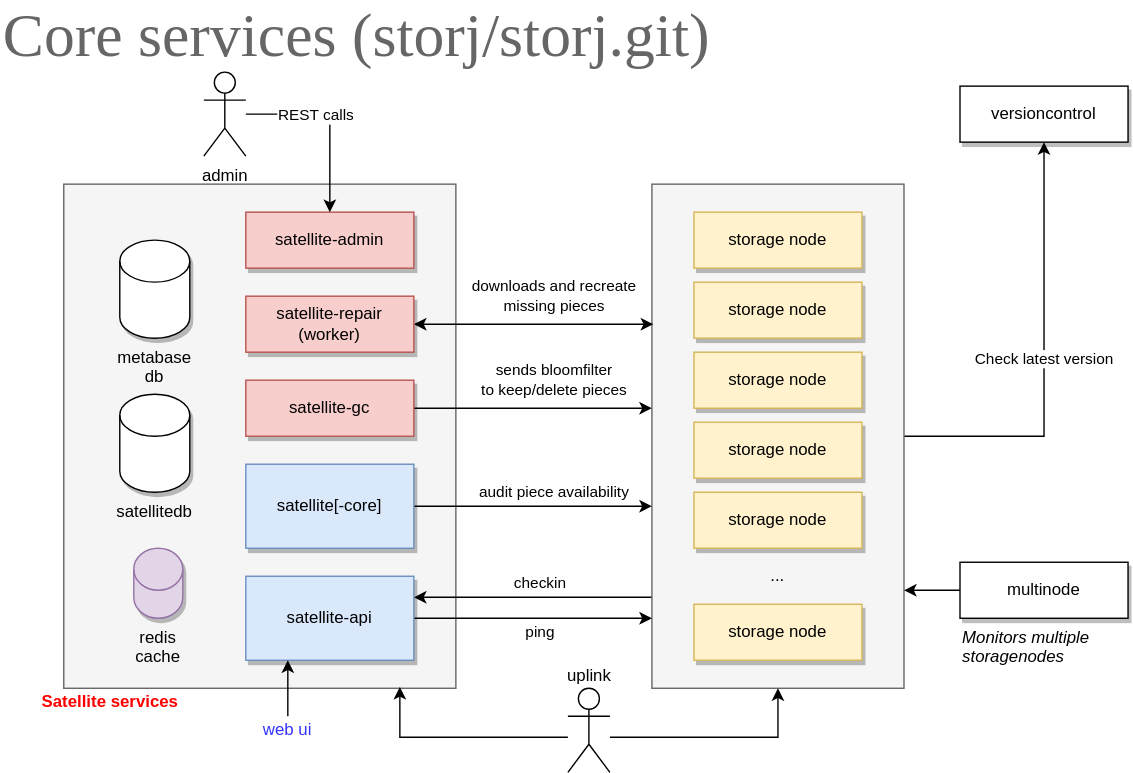
The draw.io diagram docs/core.svg in storj/illustrated, before a commit. Source tidied: cells renumbered, new cells last; positions are measured from the earlier drawing's top-left corner, leaving out a move shared by most shapes.
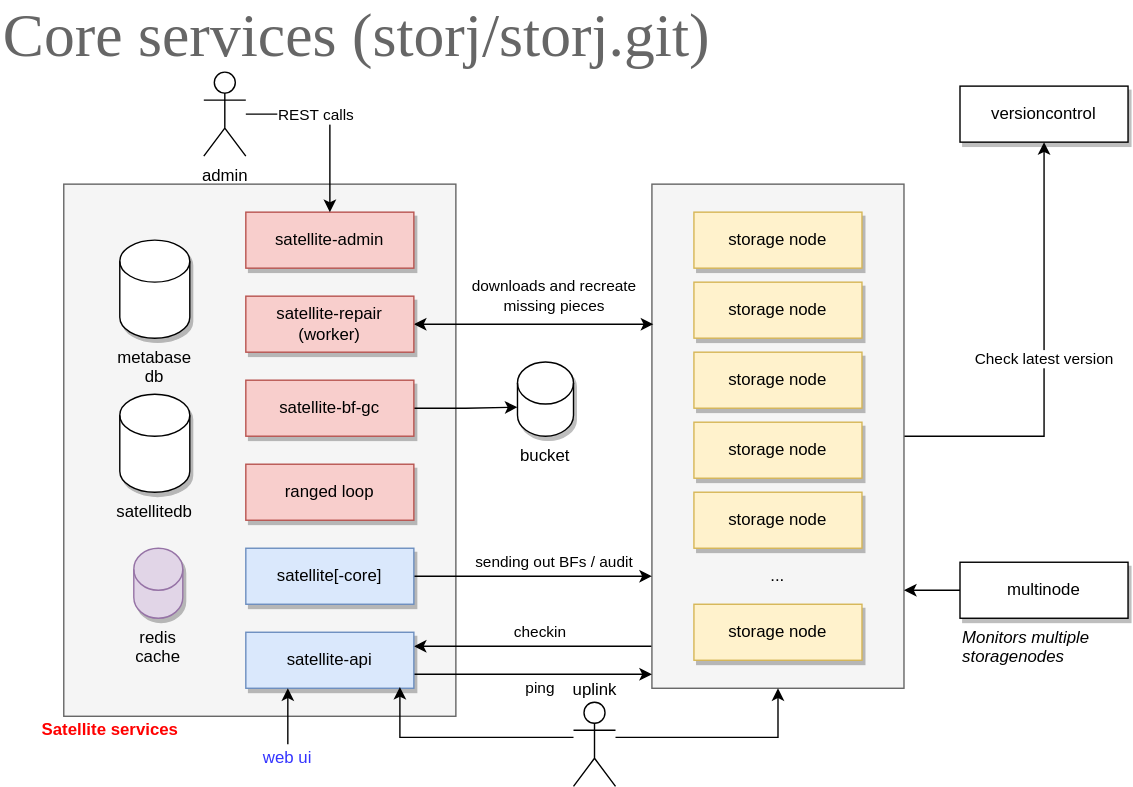
After the change.

Commit message:
updated core services

Change to the diagram source:
```diff
@@ -3,7 +3,7 @@
     <mxCell id="0" />
     <mxCell id="1" parent="0" />
     <mxCell id="2" style="rounded=0;whiteSpace=wrap;html=1;verticalAlign=bottom;fillColor=#f5f5f5;strokeColor=#666666;fontColor=#333333;" parent="1" vertex="1">
-      <mxGeometry x="45" y="130" width="280" height="360" as="geometry" />
+      <mxGeometry x="45" y="130" width="280" height="380" as="geometry" />
     </mxCell>
     <mxCell id="3" value="Check latest version" style="edgeStyle=orthogonalEdgeStyle;rounded=0;jettySize=auto;html=1;" parent="1" edge="1" source="5" target="21">
       <mxGeometry relative="1" as="geometry">
@@ -15,8 +15,8 @@
     <mxCell id="4" value="checkin" style="edgeStyle=orthogonalEdgeStyle;rounded=0;jettySize=auto;html=1;entryX=1;entryY=0.25;entryDx=0;entryDy=0;" parent="1" edge="1" source="5" target="7">
       <mxGeometry x="-0.06" y="-10" relative="1" as="geometry">
         <Array as="points">
-          <mxPoint x="365" y="425" />
-          <mxPoint x="365" y="425" />
+          <mxPoint x="345" y="460" />
+          <mxPoint x="345" y="460" />
         </Array>
       </mxGeometry>
     </mxCell>
@@ -26,24 +26,25 @@
     <mxCell id="6" value="ping" style="edgeStyle=orthogonalEdgeStyle;rounded=0;jettySize=auto;html=1;" parent="1" edge="1" source="7" target="5">
       <mxGeometry x="0.06" y="-10" relative="1" as="geometry">
         <Array as="points">
-          <mxPoint x="425" y="440" />
-          <mxPoint x="425" y="440" />
+          <mxPoint x="345" y="480" />
+          <mxPoint x="345" y="480" />
         </Array>
       </mxGeometry>
     </mxCell>
     <mxCell id="7" value="satellite-api" style="rounded=0;whiteSpace=wrap;html=1;shadow=1;fillColor=#dae8fc;strokeColor=#6c8ebf;" parent="1" vertex="1">
-      <mxGeometry x="175" y="410" width="120" height="60" as="geometry" />
+      <mxGeometry x="175" y="450" width="120" height="40" as="geometry" />
     </mxCell>
-    <mxCell id="8" value="audit piece availability" style="edgeStyle=orthogonalEdgeStyle;rounded=0;jettySize=auto;html=1;fontColor=#000000;" parent="1" edge="1" source="9" target="5">
+    <mxCell id="8" value="sending out BFs / audit" style="edgeStyle=orthogonalEdgeStyle;rounded=0;jettySize=auto;html=1;fontColor=#000000;" parent="1" edge="1" source="9">
       <mxGeometry x="0.18" y="10" relative="1" as="geometry">
+        <mxPoint x="465" y="410" as="targetPoint" />
         <Array as="points">
-          <mxPoint x="425" y="360" />
-          <mxPoint x="425" y="360" />
+          <mxPoint x="395" y="410" />
+          <mxPoint x="395" y="410" />
         </Array>
       </mxGeometry>
     </mxCell>
     <mxCell id="9" value="satellite[-core]" style="rounded=0;whiteSpace=wrap;html=1;shadow=1;fillColor=#dae8fc;strokeColor=#6c8ebf;" parent="1" vertex="1">
-      <mxGeometry x="175" y="330" width="120" height="60" as="geometry" />
+      <mxGeometry x="175" y="390" width="120" height="40" as="geometry" />
     </mxCell>
     <mxCell id="10" value="satellite-admin" style="rounded=0;whiteSpace=wrap;html=1;shadow=1;fillColor=#f8cecc;strokeColor=#b85450;" parent="1" vertex="1">
       <mxGeometry x="175" y="150" width="120" height="40" as="geometry" />
@@ -77,7 +78,7 @@
       </mxGeometry>
     </mxCell>
     <mxCell id="17" value="uplink" style="shape=umlActor;verticalLabelPosition=top;verticalAlign=bottom;html=1;outlineConnect=0;shadow=0;labelPosition=center;align=center;" parent="1" vertex="1">
-      <mxGeometry x="405" y="490" width="30" height="60" as="geometry" />
+      <mxGeometry x="409" y="500" width="30" height="60" as="geometry" />
     </mxCell>
     <mxCell id="18" value="metabase db" style="shape=cylinder3;whiteSpace=wrap;html=1;boundedLbl=1;backgroundOutline=1;size=15;shadow=1;verticalAlign=top;labelPosition=center;verticalLabelPosition=bottom;align=center;" parent="1" vertex="1">
       <mxGeometry x="85" y="170" width="50" height="70" as="geometry" />
@@ -109,15 +110,10 @@
     <mxCell id="24" value="satellite-repair&lt;br&gt;(worker)" style="rounded=0;whiteSpace=wrap;html=1;shadow=1;fillColor=#f8cecc;strokeColor=#b85450;" parent="1" vertex="1">
       <mxGeometry x="175" y="210" width="120" height="40" as="geometry" />
     </mxCell>
-    <mxCell id="25" value="sends bloomfilter&lt;br&gt;to keep/delete pieces" style="edgeStyle=orthogonalEdgeStyle;rounded=0;jettySize=auto;html=1;fontColor=#000000;" parent="1" edge="1" source="26" target="5">
-      <mxGeometry x="0.18" y="20" relative="1" as="geometry">
-        <Array as="points">
-          <mxPoint x="425" y="290" />
-          <mxPoint x="425" y="290" />
-        </Array>
-      </mxGeometry>
-    </mxCell>
+    <mxCell id="38" style="edgeStyle=orthogonalEdgeStyle;rounded=0;jettySize=auto;html=1;entryX=0;entryY=0;entryDx=0;entryDy=32.25;entryPerimeter=0;" parent="1" edge="1" source="26" target="39">
+      <mxGeometry relative="1" as="geometry" />
+    </mxCell>
-    <mxCell id="26" value="satellite-gc" style="rounded=0;whiteSpace=wrap;html=1;shadow=1;fillColor=#f8cecc;strokeColor=#b85450;" parent="1" vertex="1">
+    <mxCell id="26" value="satellite-bf-gc" style="rounded=0;whiteSpace=wrap;html=1;shadow=1;fillColor=#f8cecc;strokeColor=#b85450;" parent="1" vertex="1">
       <mxGeometry x="175" y="270" width="120" height="40" as="geometry" />
     </mxCell>
     <mxCell id="27" value="satellitedb" style="shape=cylinder3;whiteSpace=wrap;html=1;boundedLbl=1;backgroundOutline=1;size=15;shadow=1;verticalAlign=top;labelPosition=center;verticalLabelPosition=bottom;align=center;" parent="1" vertex="1">
@@ -136,7 +132,7 @@
       <mxGeometry x="535" y="400" width="40" height="20" as="geometry" />
     </mxCell>
     <mxCell id="32" value="Satellite services&amp;nbsp;" style="text;html=1;align=center;verticalAlign=middle;whiteSpace=wrap;rounded=0;fontStyle=1;fontColor=#FF0000;" parent="1" vertex="1">
-      <mxGeometry x="25" y="490" width="110" height="20" as="geometry" />
+      <mxGeometry x="25" y="510" width="110" height="20" as="geometry" />
     </mxCell>
     <mxCell id="33" style="edgeStyle=orthogonalEdgeStyle;rounded=0;jettySize=auto;html=1;fontColor=#FF0000;" parent="1" edge="1" source="34" target="5">
       <mxGeometry relative="1" as="geometry">
@@ -161,7 +157,16 @@
       </mxGeometry>
     </mxCell>
     <mxCell id="37" value="web ui" style="text;html=1;strokeColor=none;fillColor=none;align=center;verticalAlign=middle;whiteSpace=wrap;rounded=0;fontColor=#3333FF;" parent="1" vertex="1">
-      <mxGeometry x="185" y="510" width="40" height="20" as="geometry" />
+      <mxGeometry x="185" y="530" width="40" height="20" as="geometry" />
     </mxCell>
+    <mxCell id="39" value="bucket" style="shape=cylinder3;whiteSpace=wrap;html=1;boundedLbl=1;backgroundOutline=1;size=15;shadow=1;verticalAlign=top;labelPosition=center;verticalLabelPosition=bottom;align=center;" parent="1" vertex="1">
+      <mxGeometry x="369" y="257" width="40" height="53" as="geometry" />
+    </mxCell>
+    <mxCell id="40" value="ranged loop" style="rounded=0;whiteSpace=wrap;html=1;shadow=1;fillColor=#f8cecc;strokeColor=#b85450;" parent="1" vertex="1">
+      <mxGeometry x="175" y="330" width="120" height="40" as="geometry" />
+    </mxCell>
+    <mxCell id="41" style="edgeStyle=orthogonalEdgeStyle;rounded=0;orthogonalLoop=1;jettySize=auto;html=1;exitX=0.5;exitY=1;exitDx=0;exitDy=0;" parent="1" edge="1" source="24" target="24">
+      <mxGeometry relative="1" as="geometry" />
+    </mxCell>
   </root>
 </mxGraphModel>
```
